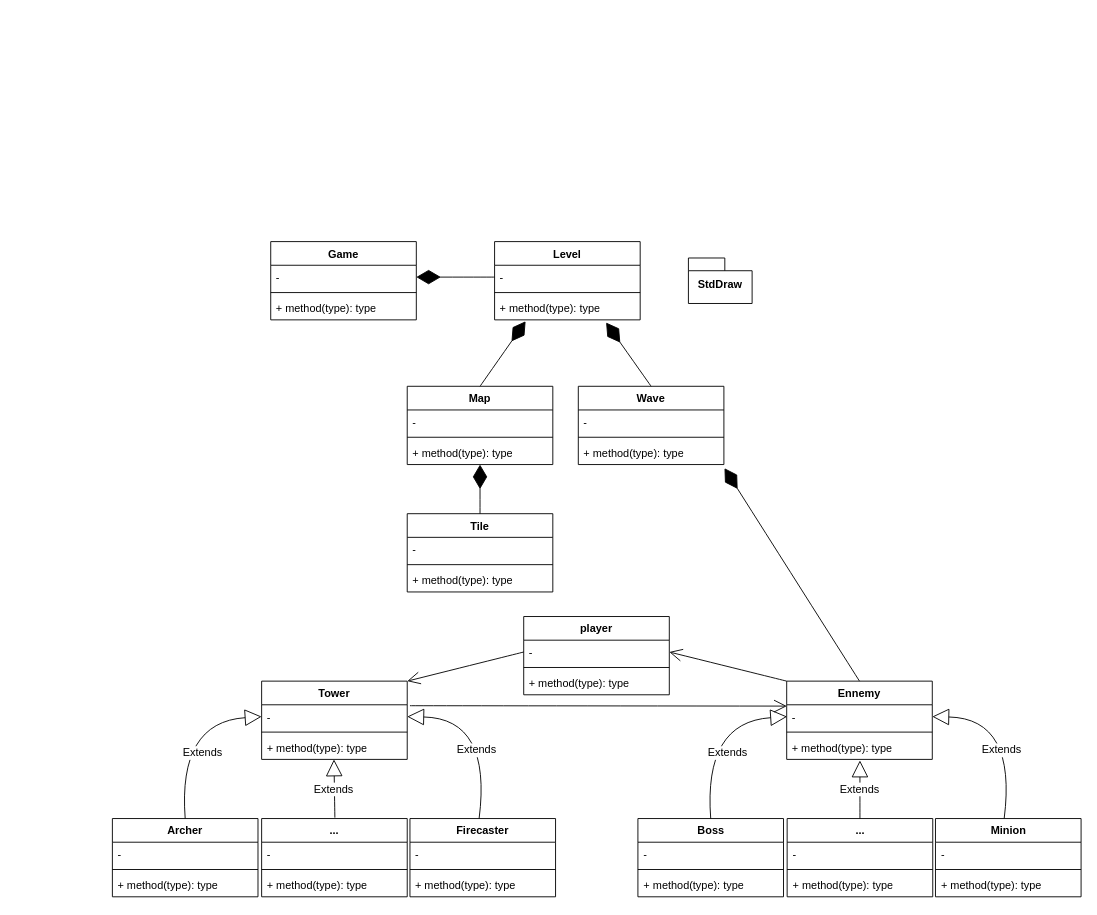
Earlier version of the draw.io diagram UML.drawio (kiwan8/towerDefense). Source tidied: cells renumbered, new cells numbered last; positions are measured from the earlier drawing's top-left corner, leaving out a move shared by most shapes. Both pictures are drawn from the tidied source at 91%, with x=0, y=0 at pixel (112, 241).
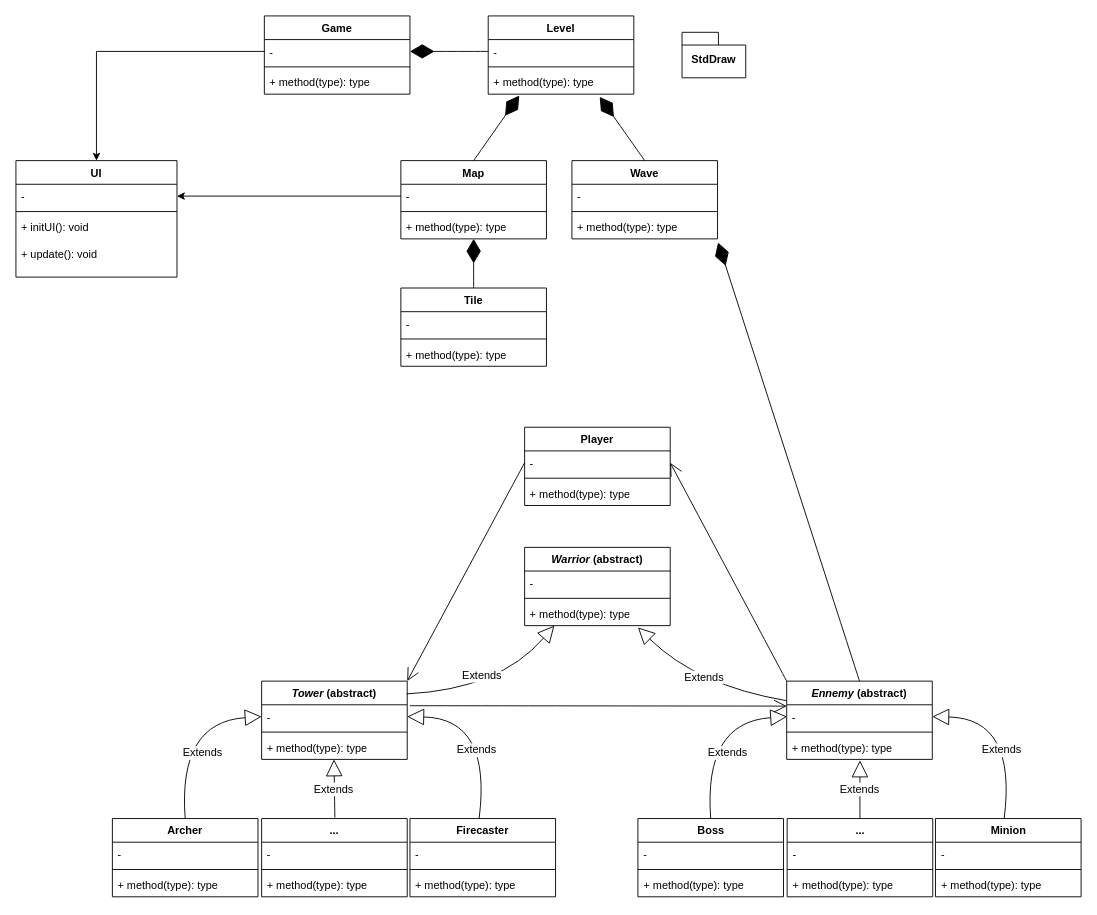
Above is the later version.

Commit message (it also covers changes not shown here):
UI implémenté + update de l'UML

Unchanged cells that the change refers to:
```xml
<mxCell id="3" value="-" style="text;strokeColor=none;fillColor=none;align=left;verticalAlign=top;spacingLeft=4;spacingRight=4;overflow=hidden;points=[[0,0.5],[1,0.5]];portConstraint=eastwest;whiteSpace=wrap;html=1;" parent="2" vertex="1">
  <mxGeometry y="26" width="160" height="26" as="geometry" />
</mxCell>
<mxCell id="11" value="-" style="text;strokeColor=none;fillColor=none;align=left;verticalAlign=top;spacingLeft=4;spacingRight=4;overflow=hidden;points=[[0,0.5],[1,0.5]];portConstraint=eastwest;whiteSpace=wrap;html=1;" parent="10" vertex="1">
  <mxGeometry y="26" width="160" height="26" as="geometry" />
</mxCell>
```

What changed in the source:
```diff
@@
     <mxCell id="2" value="Game" style="swimlane;fontStyle=1;align=center;verticalAlign=top;horizontal=1;startSize=26;whiteSpace=wrap;html=1;" parent="1" vertex="1">
-      <mxGeometry x="174" width="160" height="86" as="geometry" />
+      <mxGeometry x="167" y="-248" width="160" height="86" as="geometry" />
     </mxCell>
@@
     <mxCell id="6" value="Level" style="swimlane;fontStyle=1;align=center;verticalAlign=top;horizontal=1;startSize=26;whiteSpace=wrap;html=1;" parent="1" vertex="1">
-      <mxGeometry x="420" width="160" height="86" as="geometry" />
+      <mxGeometry x="413" y="-248" width="160" height="86" as="geometry" />
     </mxCell>
@@
     <mxCell id="10" value="Map" style="swimlane;fontStyle=1;align=center;verticalAlign=top;horizontal=1;startSize=26;whiteSpace=wrap;html=1;" parent="1" vertex="1">
-      <mxGeometry x="324" y="159" width="160" height="86" as="geometry" />
+      <mxGeometry x="317" y="-89" width="160" height="86" as="geometry" />
     </mxCell>
@@
     <mxCell id="14" value="Wave" style="swimlane;fontStyle=1;align=center;verticalAlign=top;horizontal=1;startSize=26;whiteSpace=wrap;html=1;" parent="1" vertex="1">
-      <mxGeometry x="512" y="159" width="160" height="86" as="geometry" />
+      <mxGeometry x="505" y="-89" width="160" height="86" as="geometry" />
     </mxCell>
@@
     <mxCell id="18" value="StdDraw" style="shape=folder;fontStyle=1;spacingTop=10;tabWidth=40;tabHeight=14;tabPosition=left;html=1;whiteSpace=wrap;" parent="1" vertex="1">
-      <mxGeometry x="633" y="18" width="70" height="50" as="geometry" />
+      <mxGeometry x="626" y="-230" width="70" height="50" as="geometry" />
     </mxCell>
-    <mxCell id="19" value="player" style="swimlane;fontStyle=1;align=center;verticalAlign=top;horizontal=1;startSize=26;whiteSpace=wrap;html=1;" parent="1" vertex="1">
-      <mxGeometry x="452" y="412" width="160" height="86" as="geometry" />
+    <mxCell id="19" value="&lt;div&gt;Player&lt;/div&gt;" style="swimlane;fontStyle=1;align=center;verticalAlign=top;horizontal=1;startSize=26;whiteSpace=wrap;html=1;" parent="1" vertex="1">
+      <mxGeometry x="453" y="204" width="160" height="86" as="geometry" />
     </mxCell>
@@
-    <mxCell id="23" value="Tower" style="swimlane;fontStyle=1;align=center;verticalAlign=top;horizontal=1;startSize=26;whiteSpace=wrap;html=1;" parent="1" vertex="1">
+    <mxCell id="23" value="&lt;i&gt;Tower&lt;/i&gt; (abstract)" style="swimlane;fontStyle=1;align=center;verticalAlign=top;horizontal=1;startSize=26;whiteSpace=wrap;html=1;" parent="1" vertex="1">
       <mxGeometry x="164" y="483" width="160" height="86" as="geometry" />
     </mxCell>
@@
-    <mxCell id="27" value="Ennemy" style="swimlane;fontStyle=1;align=center;verticalAlign=top;horizontal=1;startSize=26;whiteSpace=wrap;html=1;" parent="1" vertex="1">
+    <mxCell id="27" value="&lt;div&gt;&lt;i&gt;Ennemy&lt;/i&gt; (abstract)&lt;/div&gt;&lt;div&gt;&lt;br&gt;&lt;/div&gt;" style="swimlane;fontStyle=1;align=center;verticalAlign=top;horizontal=1;startSize=26;whiteSpace=wrap;html=1;" parent="1" vertex="1">
       <mxGeometry x="741" y="483" width="160" height="86" as="geometry" />
     </mxCell>
@@
     <mxCell id="55" value="Tile" style="swimlane;fontStyle=1;align=center;verticalAlign=top;horizontal=1;startSize=26;whiteSpace=wrap;html=1;" parent="1" vertex="1">
-      <mxGeometry x="324" y="299" width="160" height="86" as="geometry" />
+      <mxGeometry x="317" y="51" width="160" height="86" as="geometry" />
     </mxCell>
@@
+    <mxCell id="73" value="&lt;div&gt;UI&lt;/div&gt;&lt;div&gt;&lt;br&gt;&lt;/div&gt;" style="swimlane;fontStyle=1;align=center;verticalAlign=top;horizontal=1;startSize=26;whiteSpace=wrap;html=1;" parent="1" vertex="1">
+      <mxGeometry x="-106" y="-89" width="177" height="128" as="geometry" />
+    </mxCell>
+    <mxCell id="74" value="-" style="text;strokeColor=none;fillColor=none;align=left;verticalAlign=top;spacingLeft=4;spacingRight=4;overflow=hidden;points=[[0,0.5],[1,0.5]];portConstraint=eastwest;whiteSpace=wrap;html=1;" parent="73" vertex="1">
+      <mxGeometry y="26" width="177" height="26" as="geometry" />
+    </mxCell>
+    <mxCell id="75" style="line;strokeWidth=1;fillColor=none;align=left;verticalAlign=middle;spacingTop=-1;spacingLeft=3;spacingRight=3;labelPosition=right;strokeColor=inherit;" parent="73" vertex="1">
+      <mxGeometry y="52" width="177" height="8" as="geometry" />
+    </mxCell>
+    <mxCell id="76" value="&lt;div&gt;+ initUI(): void &lt;/div&gt;&lt;div&gt;&lt;br&gt;&lt;/div&gt;&lt;div&gt;+ update(): void   &lt;/div&gt;" style="text;strokeColor=none;fillColor=none;align=left;verticalAlign=top;spacingLeft=4;spacingRight=4;overflow=hidden;whiteSpace=wrap;html=1;" parent="73" vertex="1">
+      <mxGeometry y="60" width="177" height="68" as="geometry" />
+    </mxCell>
+    <mxCell id="77" style="edgeStyle=orthogonalEdgeStyle;rounded=0;jettySize=auto;html=1;exitX=0;exitY=0.5;exitDx=0;exitDy=0;entryX=0.5;entryY=0;entryDx=0;entryDy=0;" parent="1" edge="1" source="3" target="73">
+      <mxGeometry relative="1" as="geometry" />
+    </mxCell>
+    <mxCell id="78" style="edgeStyle=orthogonalEdgeStyle;rounded=0;jettySize=auto;html=1;exitX=0;exitY=0.5;exitDx=0;exitDy=0;entryX=1;entryY=0.5;entryDx=0;entryDy=0;" parent="1" edge="1" source="11" target="74">
+      <mxGeometry relative="1" as="geometry" />
+    </mxCell>
+    <mxCell id="79" value="&lt;div&gt;&lt;i&gt;Warrior &lt;/i&gt;(abstract)&lt;/div&gt;" style="swimlane;fontStyle=1;align=center;verticalAlign=top;horizontal=1;startSize=26;whiteSpace=wrap;html=1;" parent="1" vertex="1">
+      <mxGeometry x="453" y="336" width="160" height="86" as="geometry" />
+    </mxCell>
+    <mxCell id="80" value="-" style="text;strokeColor=none;fillColor=none;align=left;verticalAlign=top;spacingLeft=4;spacingRight=4;overflow=hidden;whiteSpace=wrap;html=1;" parent="79" vertex="1">
+      <mxGeometry y="26" width="160" height="26" as="geometry" />
+    </mxCell>
+    <mxCell id="81" style="line;strokeWidth=1;fillColor=none;align=left;verticalAlign=middle;spacingTop=-1;spacingLeft=3;spacingRight=3;labelPosition=right;strokeColor=inherit;" parent="79" vertex="1">
+      <mxGeometry y="52" width="160" height="8" as="geometry" />
+    </mxCell>
+    <mxCell id="82" value="+ method(type): type" style="text;strokeColor=none;fillColor=none;align=left;verticalAlign=top;spacingLeft=4;spacingRight=4;overflow=hidden;whiteSpace=wrap;html=1;" parent="79" vertex="1">
+      <mxGeometry y="60" width="160" height="26" as="geometry" />
+    </mxCell>
+    <mxCell id="83" value="Extends" style="endArrow=block;endSize=16;endFill=0;html=1;rounded=0;fontSize=12;curved=1;exitX=0;exitY=0.25;exitDx=0;exitDy=0;entryX=0.503;entryY=1.044;entryDx=0;entryDy=0;entryPerimeter=0;" parent="1" edge="1" source="27">
+      <mxGeometry x="-0.02" y="-10" relative="1" as="geometry">
+        <mxPoint x="577.5" y="424" as="targetPoint" />
+        <Array as="points">
+          <mxPoint x="643" y="488" />
+        </Array>
+      </mxGeometry>
+    </mxCell>
+    <mxCell id="84" value="Extends" style="endArrow=block;endSize=16;endFill=0;html=1;rounded=0;fontSize=12;curved=1;exitX=0.996;exitY=0.163;exitDx=0;exitDy=0;entryX=0.503;entryY=1.044;entryDx=0;entryDy=0;entryPerimeter=0;exitPerimeter=0;" parent="1" edge="1" source="23">
+      <mxGeometry x="-0.14" y="16" relative="1" as="geometry">
+        <mxPoint x="485.7" y="422" as="targetPoint" />
+        <Array as="points">
+          <mxPoint x="425" y="492" />
+        </Array>
+      </mxGeometry>
+    </mxCell>
```
